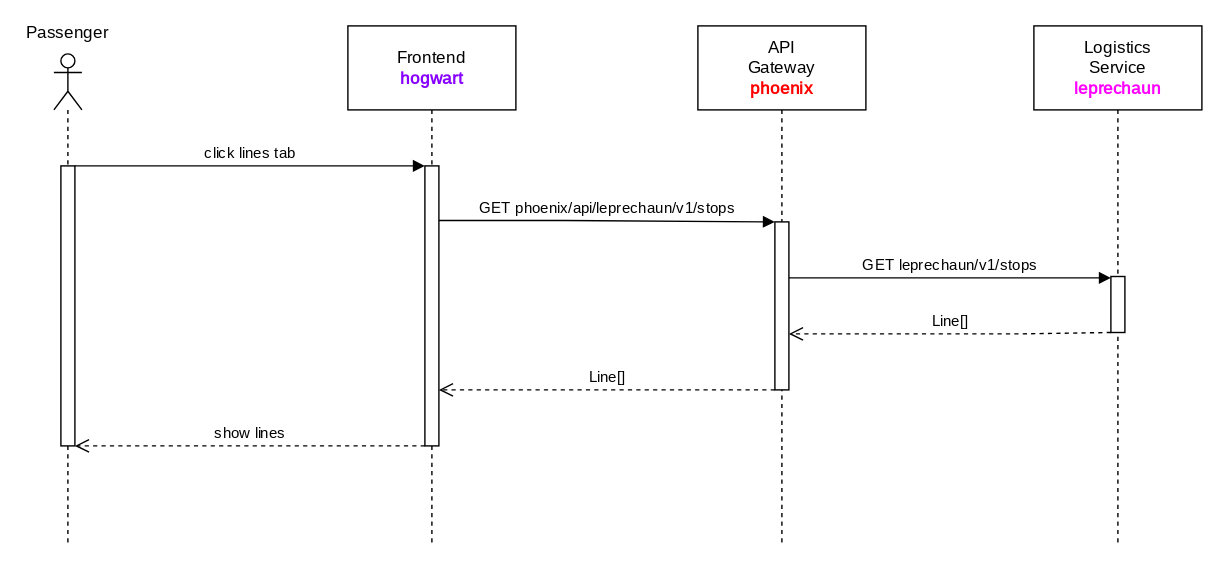
Above: documentation/course/e2/images/sequence-diagram-leprechaun-get-lines.drawio.svg in PWR-ACS-SE-24/SoftwareSystemDesign (draw.io), before the change. Source tidied: cells renumbered, new cells last; positions are measured from the earlier drawing's top-left corner, leaving out a move shared by most shapes. Source of this version:
```xml
<mxGraphModel>
  <root>
    <mxCell id="0" />
    <mxCell id="1" parent="0" />
    <mxCell id="2" value="&lt;div&gt;API&lt;/div&gt;&lt;div&gt;Gateway&lt;/div&gt;&lt;div&gt;&lt;b&gt;&lt;font color=&quot;#ff0000&quot;&gt;phoenix&lt;/font&gt;&lt;/b&gt;&lt;br&gt;&lt;/div&gt;" style="shape=umlLifeline;perimeter=lifelinePerimeter;whiteSpace=wrap;html=1;newEdgeStyle={&quot;curved&quot;:0,&quot;rounded&quot;:0};size=60;fontFamily=JetBrains Mono;fontSource=https%3A%2F%2Ffonts.googleapis.com%2Fcss%3Ffamily%3DJetBrains%2BMono;" parent="1" vertex="1">
      <mxGeometry x="460" width="120" height="370" as="geometry" />
    </mxCell>
    <mxCell id="3" style="html=1;points=[[0,0,0,0,5],[0,1,0,0,-5],[1,0,0,0,5],[1,1,0,0,-5]];perimeter=orthogonalPerimeter;outlineConnect=0;targetShapes=umlLifeline;portConstraint=eastwest;newEdgeStyle={&quot;curved&quot;:0,&quot;rounded&quot;:0};fontFamily=JetBrains Mono;fontSource=https%3A%2F%2Ffonts.googleapis.com%2Fcss%3Ffamily%3DJetBrains%2BMono;" parent="2" vertex="1">
      <mxGeometry x="55" y="140" width="10" height="120" as="geometry" />
    </mxCell>
    <mxCell id="4" value="Logistics&lt;br&gt;Service&lt;br&gt;&lt;b&gt;&lt;font color=&quot;#ff00ff&quot;&gt;leprechaun&lt;/font&gt;&lt;/b&gt;" style="shape=umlLifeline;perimeter=lifelinePerimeter;whiteSpace=wrap;html=1;newEdgeStyle={&quot;curved&quot;:0,&quot;rounded&quot;:0};size=60;fontFamily=JetBrains Mono;fontSource=https%3A%2F%2Ffonts.googleapis.com%2Fcss%3Ffamily%3DJetBrains%2BMono;" parent="1" vertex="1">
      <mxGeometry x="700" width="120" height="370" as="geometry" />
    </mxCell>
    <mxCell id="5" style="html=1;points=[[0,0,0,0,5],[0,1,0,0,-5],[1,0,0,0,5],[1,1,0,0,-5]];perimeter=orthogonalPerimeter;outlineConnect=0;targetShapes=umlLifeline;portConstraint=eastwest;newEdgeStyle={&quot;curved&quot;:0,&quot;rounded&quot;:0};fontFamily=JetBrains Mono;fontSource=https%3A%2F%2Ffonts.googleapis.com%2Fcss%3Ffamily%3DJetBrains%2BMono;" parent="4" vertex="1">
      <mxGeometry x="55" y="179" width="10" height="40" as="geometry" />
    </mxCell>
    <mxCell id="6" value="&lt;div&gt;Frontend&lt;/div&gt;&lt;div&gt;&lt;b&gt;&lt;font color=&quot;#8800ff&quot;&gt;hogwart&lt;/font&gt;&lt;/b&gt;&lt;br&gt;&lt;/div&gt;" style="shape=umlLifeline;perimeter=lifelinePerimeter;whiteSpace=wrap;html=1;newEdgeStyle={&quot;curved&quot;:0,&quot;rounded&quot;:0};size=60;fontFamily=JetBrains Mono;fontSource=https%3A%2F%2Ffonts.googleapis.com%2Fcss%3Ffamily%3DJetBrains%2BMono;" parent="1" vertex="1">
      <mxGeometry x="210" width="120" height="370" as="geometry" />
    </mxCell>
    <mxCell id="7" style="html=1;points=[[0,0,0,0,5],[0,1,0,0,-5],[1,0,0,0,5],[1,1,0,0,-5]];perimeter=orthogonalPerimeter;outlineConnect=0;targetShapes=umlLifeline;portConstraint=eastwest;newEdgeStyle={&quot;curved&quot;:0,&quot;rounded&quot;:0};fontFamily=JetBrains Mono;fontSource=https%3A%2F%2Ffonts.googleapis.com%2Fcss%3Ffamily%3DJetBrains%2BMono;" parent="6" vertex="1">
      <mxGeometry x="55" y="100" width="10" height="200" as="geometry" />
    </mxCell>
    <mxCell id="8" value="&lt;div&gt;Passenger&lt;br&gt;&lt;/div&gt;" style="shape=umlLifeline;perimeter=lifelinePerimeter;whiteSpace=wrap;html=1;newEdgeStyle={&quot;curved&quot;:0,&quot;rounded&quot;:0};participant=umlActor;spacing=0;spacingBottom=70;fontFamily=JetBrains Mono;fontSource=https%3A%2F%2Ffonts.googleapis.com%2Fcss%3Ffamily%3DJetBrains%2BMono;" parent="1" vertex="1">
      <mxGeometry y="20" width="20" height="350" as="geometry" />
    </mxCell>
    <mxCell id="9" style="html=1;points=[[0,0,0,0,5],[0,1,0,0,-5],[1,0,0,0,5],[1,1,0,0,-5]];perimeter=orthogonalPerimeter;outlineConnect=0;targetShapes=umlLifeline;portConstraint=eastwest;newEdgeStyle={&quot;curved&quot;:0,&quot;rounded&quot;:0};fontFamily=JetBrains Mono;fontSource=https%3A%2F%2Ffonts.googleapis.com%2Fcss%3Ffamily%3DJetBrains%2BMono;" parent="8" vertex="1">
      <mxGeometry x="5" y="80" width="10" height="200" as="geometry" />
    </mxCell>
    <mxCell id="10" value="click lines tab" style="html=1;verticalAlign=bottom;endArrow=block;curved=0;rounded=0;fontFamily=JetBrains Mono;fontSource=https%3A%2F%2Ffonts.googleapis.com%2Fcss%3Ffamily%3DJetBrains%2BMono;" parent="1" edge="1" target="7">
      <mxGeometry relative="1" as="geometry">
        <mxPoint x="15" y="100" as="sourcePoint" />
        <Array as="points">
          <mxPoint x="130" y="100" />
        </Array>
      </mxGeometry>
    </mxCell>
    <mxCell id="11" value="&lt;font style=&quot;font-size: 11px;&quot;&gt;GET phoenix/api/leprechaun/v1/stops&lt;/font&gt;" style="html=1;verticalAlign=bottom;endArrow=block;curved=0;rounded=0;fontFamily=JetBrains Mono;fontSource=https%3A%2F%2Ffonts.googleapis.com%2Fcss%3Ffamily%3DJetBrains%2BMono;" parent="1" edge="1" source="7" target="3">
      <mxGeometry relative="1" as="geometry">
        <Array as="points">
          <mxPoint x="365" y="139" />
        </Array>
      </mxGeometry>
    </mxCell>
    <mxCell id="12" value="GET leprechaun/v1/stops" style="html=1;verticalAlign=bottom;endArrow=block;curved=0;rounded=0;fontFamily=JetBrains Mono;fontSource=https%3A%2F%2Ffonts.googleapis.com%2Fcss%3Ffamily%3DJetBrains%2BMono;" parent="1" edge="1" source="3" target="5">
      <mxGeometry relative="1" as="geometry">
        <Array as="points">
          <mxPoint x="690" y="180" />
        </Array>
      </mxGeometry>
    </mxCell>
    <mxCell id="13" value="&lt;font face=&quot;JetBrains Mono&quot;&gt;Line[]&lt;/font&gt;" style="html=1;verticalAlign=bottom;endArrow=open;dashed=1;endSize=8;curved=0;rounded=0;" parent="1" edge="1" source="5" target="3">
      <mxGeometry relative="1" as="geometry">
        <Array as="points">
          <mxPoint x="690" y="220" />
        </Array>
      </mxGeometry>
    </mxCell>
    <mxCell id="14" value="&lt;font face=&quot;JetBrains Mono&quot;&gt;Line[]&lt;/font&gt;" style="html=1;verticalAlign=bottom;endArrow=open;dashed=1;endSize=8;curved=0;rounded=0;" parent="1" edge="1" source="3" target="7">
      <mxGeometry relative="1" as="geometry">
        <Array as="points">
          <mxPoint x="430" y="260" />
        </Array>
      </mxGeometry>
    </mxCell>
    <mxCell id="15" value="&lt;font face=&quot;JetBrains Mono&quot;&gt;show lines&lt;br&gt;&lt;/font&gt;" style="html=1;verticalAlign=bottom;endArrow=open;dashed=1;endSize=8;curved=0;rounded=0;" parent="1" edge="1" source="7" target="9">
      <mxGeometry relative="1" as="geometry">
        <Array as="points">
          <mxPoint x="145" y="300" />
        </Array>
      </mxGeometry>
    </mxCell>
  </root>
</mxGraphModel>
```
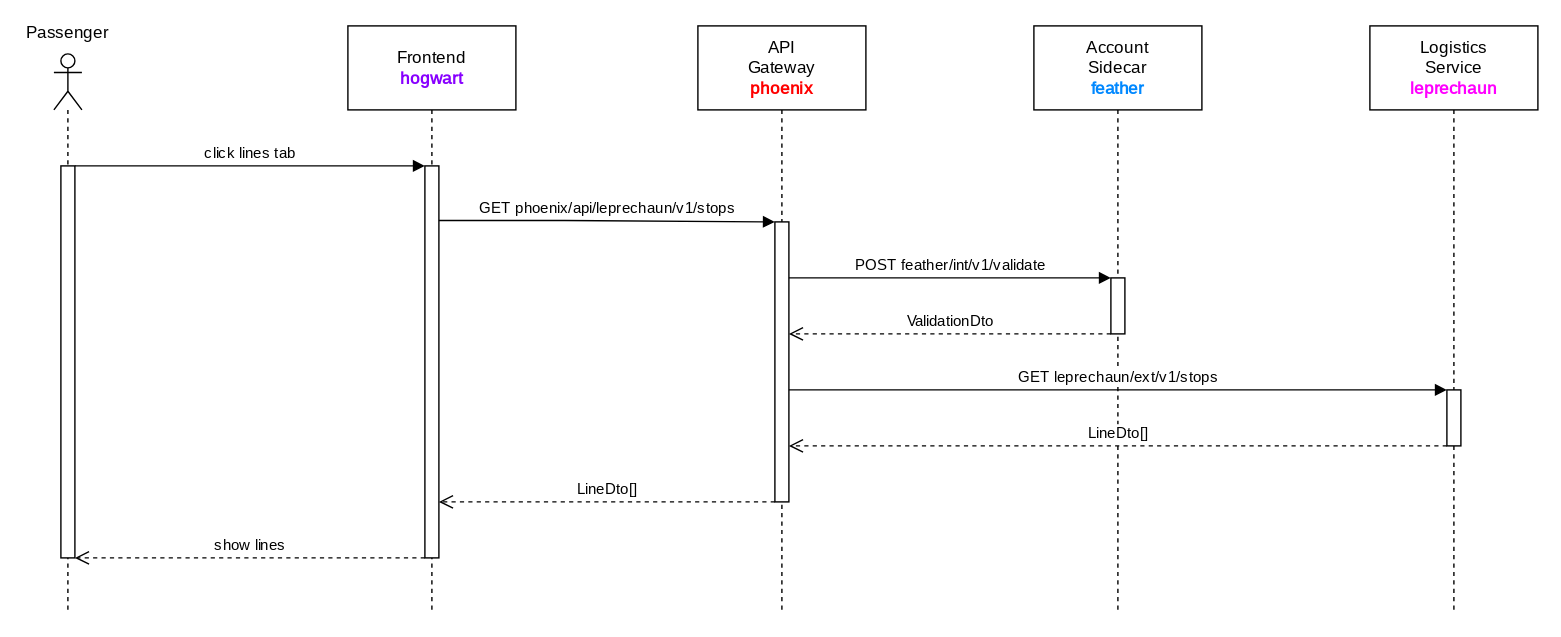
The same file after the commit.

Diff of the diagram source:
```diff
@@ -3,28 +3,28 @@
     <mxCell id="0" />
     <mxCell id="1" parent="0" />
     <mxCell id="2" value="&lt;div&gt;API&lt;/div&gt;&lt;div&gt;Gateway&lt;/div&gt;&lt;div&gt;&lt;b&gt;&lt;font color=&quot;#ff0000&quot;&gt;phoenix&lt;/font&gt;&lt;/b&gt;&lt;br&gt;&lt;/div&gt;" style="shape=umlLifeline;perimeter=lifelinePerimeter;whiteSpace=wrap;html=1;newEdgeStyle={&quot;curved&quot;:0,&quot;rounded&quot;:0};size=60;fontFamily=JetBrains Mono;fontSource=https%3A%2F%2Ffonts.googleapis.com%2Fcss%3Ffamily%3DJetBrains%2BMono;" parent="1" vertex="1">
-      <mxGeometry x="460" width="120" height="370" as="geometry" />
+      <mxGeometry x="460" width="120" height="420" as="geometry" />
     </mxCell>
     <mxCell id="3" style="html=1;points=[[0,0,0,0,5],[0,1,0,0,-5],[1,0,0,0,5],[1,1,0,0,-5]];perimeter=orthogonalPerimeter;outlineConnect=0;targetShapes=umlLifeline;portConstraint=eastwest;newEdgeStyle={&quot;curved&quot;:0,&quot;rounded&quot;:0};fontFamily=JetBrains Mono;fontSource=https%3A%2F%2Ffonts.googleapis.com%2Fcss%3Ffamily%3DJetBrains%2BMono;" parent="2" vertex="1">
-      <mxGeometry x="55" y="140" width="10" height="120" as="geometry" />
+      <mxGeometry x="55" y="140" width="10" height="200" as="geometry" />
     </mxCell>
-    <mxCell id="4" value="Logistics&lt;br&gt;Service&lt;br&gt;&lt;b&gt;&lt;font color=&quot;#ff00ff&quot;&gt;leprechaun&lt;/font&gt;&lt;/b&gt;" style="shape=umlLifeline;perimeter=lifelinePerimeter;whiteSpace=wrap;html=1;newEdgeStyle={&quot;curved&quot;:0,&quot;rounded&quot;:0};size=60;fontFamily=JetBrains Mono;fontSource=https%3A%2F%2Ffonts.googleapis.com%2Fcss%3Ffamily%3DJetBrains%2BMono;" parent="1" vertex="1">
-      <mxGeometry x="700" width="120" height="370" as="geometry" />
+    <mxCell id="4" value="Account&lt;br&gt;Sidecar&lt;font color=&quot;#0088ff&quot;&gt;&lt;b&gt;&lt;br&gt;feather&lt;/b&gt;&lt;/font&gt;&lt;br&gt;&lt;font color=&quot;#0088ff&quot;&gt;&lt;b&gt;&lt;/b&gt;&lt;/font&gt;" style="shape=umlLifeline;perimeter=lifelinePerimeter;whiteSpace=wrap;html=1;newEdgeStyle={&quot;curved&quot;:0,&quot;rounded&quot;:0};size=60;fontFamily=JetBrains Mono;fontSource=https%3A%2F%2Ffonts.googleapis.com%2Fcss%3Ffamily%3DJetBrains%2BMono;" parent="1" vertex="1">
+      <mxGeometry x="700" width="120" height="420" as="geometry" />
     </mxCell>
     <mxCell id="5" style="html=1;points=[[0,0,0,0,5],[0,1,0,0,-5],[1,0,0,0,5],[1,1,0,0,-5]];perimeter=orthogonalPerimeter;outlineConnect=0;targetShapes=umlLifeline;portConstraint=eastwest;newEdgeStyle={&quot;curved&quot;:0,&quot;rounded&quot;:0};fontFamily=JetBrains Mono;fontSource=https%3A%2F%2Ffonts.googleapis.com%2Fcss%3Ffamily%3DJetBrains%2BMono;" parent="4" vertex="1">
-      <mxGeometry x="55" y="179" width="10" height="40" as="geometry" />
+      <mxGeometry x="55" y="180" width="10" height="40" as="geometry" />
     </mxCell>
     <mxCell id="6" value="&lt;div&gt;Frontend&lt;/div&gt;&lt;div&gt;&lt;b&gt;&lt;font color=&quot;#8800ff&quot;&gt;hogwart&lt;/font&gt;&lt;/b&gt;&lt;br&gt;&lt;/div&gt;" style="shape=umlLifeline;perimeter=lifelinePerimeter;whiteSpace=wrap;html=1;newEdgeStyle={&quot;curved&quot;:0,&quot;rounded&quot;:0};size=60;fontFamily=JetBrains Mono;fontSource=https%3A%2F%2Ffonts.googleapis.com%2Fcss%3Ffamily%3DJetBrains%2BMono;" parent="1" vertex="1">
-      <mxGeometry x="210" width="120" height="370" as="geometry" />
+      <mxGeometry x="210" width="120" height="420" as="geometry" />
     </mxCell>
     <mxCell id="7" style="html=1;points=[[0,0,0,0,5],[0,1,0,0,-5],[1,0,0,0,5],[1,1,0,0,-5]];perimeter=orthogonalPerimeter;outlineConnect=0;targetShapes=umlLifeline;portConstraint=eastwest;newEdgeStyle={&quot;curved&quot;:0,&quot;rounded&quot;:0};fontFamily=JetBrains Mono;fontSource=https%3A%2F%2Ffonts.googleapis.com%2Fcss%3Ffamily%3DJetBrains%2BMono;" parent="6" vertex="1">
-      <mxGeometry x="55" y="100" width="10" height="200" as="geometry" />
+      <mxGeometry x="55" y="100" width="10" height="280" as="geometry" />
     </mxCell>
     <mxCell id="8" value="&lt;div&gt;Passenger&lt;br&gt;&lt;/div&gt;" style="shape=umlLifeline;perimeter=lifelinePerimeter;whiteSpace=wrap;html=1;newEdgeStyle={&quot;curved&quot;:0,&quot;rounded&quot;:0};participant=umlActor;spacing=0;spacingBottom=70;fontFamily=JetBrains Mono;fontSource=https%3A%2F%2Ffonts.googleapis.com%2Fcss%3Ffamily%3DJetBrains%2BMono;" parent="1" vertex="1">
-      <mxGeometry y="20" width="20" height="350" as="geometry" />
+      <mxGeometry y="20" width="20" height="400" as="geometry" />
     </mxCell>
     <mxCell id="9" style="html=1;points=[[0,0,0,0,5],[0,1,0,0,-5],[1,0,0,0,5],[1,1,0,0,-5]];perimeter=orthogonalPerimeter;outlineConnect=0;targetShapes=umlLifeline;portConstraint=eastwest;newEdgeStyle={&quot;curved&quot;:0,&quot;rounded&quot;:0};fontFamily=JetBrains Mono;fontSource=https%3A%2F%2Ffonts.googleapis.com%2Fcss%3Ffamily%3DJetBrains%2BMono;" parent="8" vertex="1">
-      <mxGeometry x="5" y="80" width="10" height="200" as="geometry" />
+      <mxGeometry x="5" y="80" width="10" height="280" as="geometry" />
     </mxCell>
     <mxCell id="10" value="click lines tab" style="html=1;verticalAlign=bottom;endArrow=block;curved=0;rounded=0;fontFamily=JetBrains Mono;fontSource=https%3A%2F%2Ffonts.googleapis.com%2Fcss%3Ffamily%3DJetBrains%2BMono;" parent="1" edge="1" target="7">
       <mxGeometry relative="1" as="geometry">
@@ -41,33 +41,49 @@
         </Array>
       </mxGeometry>
     </mxCell>
-    <mxCell id="12" value="GET leprechaun/v1/stops" style="html=1;verticalAlign=bottom;endArrow=block;curved=0;rounded=0;fontFamily=JetBrains Mono;fontSource=https%3A%2F%2Ffonts.googleapis.com%2Fcss%3Ffamily%3DJetBrains%2BMono;" parent="1" edge="1" source="3" target="5">
+    <mxCell id="12" value="POST feather/int/v1/validate" style="html=1;verticalAlign=bottom;endArrow=block;curved=0;rounded=0;fontFamily=JetBrains Mono;fontSource=https%3A%2F%2Ffonts.googleapis.com%2Fcss%3Ffamily%3DJetBrains%2BMono;" parent="1" edge="1" source="3" target="5">
       <mxGeometry relative="1" as="geometry">
         <Array as="points">
           <mxPoint x="690" y="180" />
         </Array>
       </mxGeometry>
     </mxCell>
-    <mxCell id="13" value="&lt;font face=&quot;JetBrains Mono&quot;&gt;Line[]&lt;/font&gt;" style="html=1;verticalAlign=bottom;endArrow=open;dashed=1;endSize=8;curved=0;rounded=0;" parent="1" edge="1" source="5" target="3">
+    <mxCell id="13" value="&lt;font face=&quot;JetBrains Mono&quot;&gt;ValidationDto&lt;/font&gt;" style="html=1;verticalAlign=bottom;endArrow=open;dashed=1;endSize=8;curved=0;rounded=0;" parent="1" edge="1" source="5" target="3">
       <mxGeometry relative="1" as="geometry">
         <Array as="points">
           <mxPoint x="690" y="220" />
         </Array>
       </mxGeometry>
     </mxCell>
-    <mxCell id="14" value="&lt;font face=&quot;JetBrains Mono&quot;&gt;Line[]&lt;/font&gt;" style="html=1;verticalAlign=bottom;endArrow=open;dashed=1;endSize=8;curved=0;rounded=0;" parent="1" edge="1" source="3" target="7">
+    <mxCell id="14" value="&lt;font face=&quot;JetBrains Mono&quot;&gt;LineDto[]&lt;/font&gt;" style="html=1;verticalAlign=bottom;endArrow=open;dashed=1;endSize=8;curved=0;rounded=0;" parent="1" edge="1" source="17" target="3">
       <mxGeometry relative="1" as="geometry">
         <Array as="points">
-          <mxPoint x="430" y="260" />
+          <mxPoint x="760" y="300" />
         </Array>
       </mxGeometry>
     </mxCell>
     <mxCell id="15" value="&lt;font face=&quot;JetBrains Mono&quot;&gt;show lines&lt;br&gt;&lt;/font&gt;" style="html=1;verticalAlign=bottom;endArrow=open;dashed=1;endSize=8;curved=0;rounded=0;" parent="1" edge="1" source="7" target="9">
       <mxGeometry relative="1" as="geometry">
         <Array as="points">
-          <mxPoint x="145" y="300" />
+          <mxPoint x="140" y="380" />
         </Array>
       </mxGeometry>
     </mxCell>
+    <mxCell id="16" value="Logistics&lt;br&gt;Service&lt;br&gt;&lt;b&gt;&lt;font color=&quot;#ff00ff&quot;&gt;leprechaun&lt;/font&gt;&lt;/b&gt;" style="shape=umlLifeline;perimeter=lifelinePerimeter;whiteSpace=wrap;html=1;newEdgeStyle={&quot;curved&quot;:0,&quot;rounded&quot;:0};size=60;fontFamily=JetBrains Mono;fontSource=https%3A%2F%2Ffonts.googleapis.com%2Fcss%3Ffamily%3DJetBrains%2BMono;" parent="1" vertex="1">
+      <mxGeometry x="940" width="120" height="420" as="geometry" />
+    </mxCell>
+    <mxCell id="17" style="html=1;points=[[0,0,0,0,5],[0,1,0,0,-5],[1,0,0,0,5],[1,1,0,0,-5]];perimeter=orthogonalPerimeter;outlineConnect=0;targetShapes=umlLifeline;portConstraint=eastwest;newEdgeStyle={&quot;curved&quot;:0,&quot;rounded&quot;:0};fontFamily=JetBrains Mono;fontSource=https%3A%2F%2Ffonts.googleapis.com%2Fcss%3Ffamily%3DJetBrains%2BMono;" parent="16" vertex="1">
+      <mxGeometry x="55" y="260" width="10" height="40" as="geometry" />
+    </mxCell>
+    <mxCell id="18" value="GET leprechaun/ext/v1/stops" style="html=1;verticalAlign=bottom;endArrow=block;curved=0;rounded=0;fontFamily=JetBrains Mono;fontSource=https%3A%2F%2Ffonts.googleapis.com%2Fcss%3Ffamily%3DJetBrains%2BMono;" parent="1" edge="1" source="3" target="17">
+      <mxGeometry relative="1" as="geometry" />
+    </mxCell>
+    <mxCell id="19" value="&lt;font face=&quot;JetBrains Mono&quot;&gt;LineDto[]&lt;/font&gt;" style="html=1;verticalAlign=bottom;endArrow=open;dashed=1;endSize=8;curved=0;rounded=0;" parent="1" edge="1" source="3" target="7">
+      <mxGeometry relative="1" as="geometry">
+        <Array as="points">
+          <mxPoint x="390" y="340" />
+        </Array>
+      </mxGeometry>
+    </mxCell>
   </root>
 </mxGraphModel>
```
